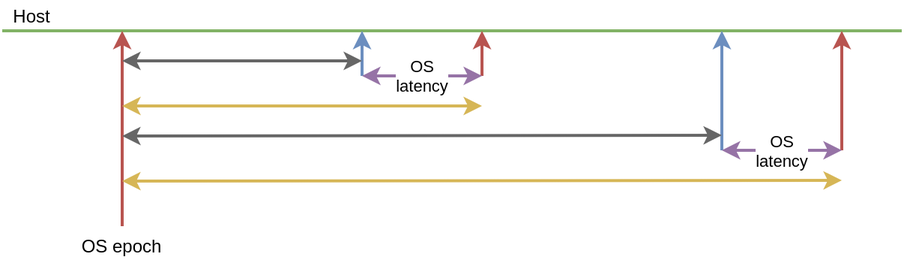
Above: reports/03_firmware/img/tdma_timing.png in tuannv-github/uwb-ips (draw.io), before the change. Source tidied: cells renumbered, new cells last; positions are measured from the earlier drawing's top-left corner, leaving out a move shared by most shapes. Source of this version:
```xml
<mxGraphModel>
  <root>
    <mxCell id="0" />
    <mxCell id="1" parent="0" />
    <mxCell id="2" style="endArrow=none;html=1;fillColor=#d5e8d4;strokeColor=#82b366;strokeWidth=2;" parent="1" edge="1">
      <mxGeometry relative="1" as="geometry">
        <mxPoint y="20" as="sourcePoint" />
        <mxPoint x="600" y="20" as="targetPoint" />
      </mxGeometry>
    </mxCell>
    <mxCell id="3" style="endArrow=classic;html=1;fillColor=#f8cecc;strokeColor=#b85450;strokeWidth=2;exitX=0.5;exitY=0;exitDx=0;exitDy=0;" parent="1" edge="1" source="4">
      <mxGeometry relative="1" as="geometry">
        <mxPoint x="80" y="20" as="targetPoint" />
      </mxGeometry>
    </mxCell>
    <mxCell id="4" value="OS epoch" style="text;html=1;strokeColor=none;fillColor=none;align=center;verticalAlign=middle;whiteSpace=wrap;rounded=0;" parent="1" vertex="1">
      <mxGeometry x="30" y="150" width="100" height="25" as="geometry" />
    </mxCell>
    <mxCell id="5" value="Host" style="text;html=1;strokeColor=none;fillColor=none;align=center;verticalAlign=middle;whiteSpace=wrap;rounded=0;" parent="1" vertex="1">
      <mxGeometry width="40" height="20" as="geometry" />
    </mxCell>
    <mxCell id="6" style="endArrow=classic;html=1;fillColor=#f8cecc;strokeColor=#b85450;strokeWidth=2;" parent="1" edge="1">
      <mxGeometry relative="1" as="geometry">
        <mxPoint x="320" y="50" as="sourcePoint" />
        <mxPoint x="320" y="20" as="targetPoint" />
      </mxGeometry>
    </mxCell>
    <mxCell id="7" style="endArrow=classic;startArrow=classic;html=1;fillColor=#fff2cc;strokeColor=#d6b656;strokeWidth=2;" parent="1" edge="1">
      <mxGeometry relative="1" as="geometry">
        <mxPoint x="80" y="70" as="sourcePoint" />
        <mxPoint x="320" y="70" as="targetPoint" />
      </mxGeometry>
    </mxCell>
    <mxCell id="8" style="endArrow=classic;html=1;fillColor=#dae8fc;strokeColor=#6c8ebf;strokeWidth=2;" parent="1" edge="1">
      <mxGeometry relative="1" as="geometry">
        <mxPoint x="240" y="50" as="sourcePoint" />
        <mxPoint x="240" y="20" as="targetPoint" />
      </mxGeometry>
    </mxCell>
    <mxCell id="9" style="endArrow=classic;startArrow=classic;html=1;fillColor=#f5f5f5;strokeColor=#666666;strokeWidth=2;" parent="1" edge="1">
      <mxGeometry relative="1" as="geometry">
        <mxPoint x="80" y="40" as="sourcePoint" />
        <mxPoint x="240" y="40" as="targetPoint" />
      </mxGeometry>
    </mxCell>
    <mxCell id="10" value="OS&lt;br&gt;latency" style="endArrow=classic;startArrow=classic;html=1;fillColor=#e1d5e7;strokeColor=#9673a6;strokeWidth=2;" parent="1" edge="1">
      <mxGeometry relative="1" as="geometry">
        <mxPoint x="240" y="50" as="sourcePoint" />
        <mxPoint x="320" y="50" as="targetPoint" />
      </mxGeometry>
    </mxCell>
    <mxCell id="11" style="endArrow=classic;html=1;fillColor=#f8cecc;strokeColor=#b85450;strokeWidth=2;" parent="1" edge="1">
      <mxGeometry relative="1" as="geometry">
        <mxPoint x="560" y="99.5" as="sourcePoint" />
        <mxPoint x="560" y="20" as="targetPoint" />
      </mxGeometry>
    </mxCell>
    <mxCell id="12" style="endArrow=classic;startArrow=classic;html=1;fillColor=#fff2cc;strokeColor=#d6b656;strokeWidth=2;" parent="1" edge="1">
      <mxGeometry relative="1" as="geometry">
        <mxPoint x="80" y="120" as="sourcePoint" />
        <mxPoint x="560" y="119.5" as="targetPoint" />
      </mxGeometry>
    </mxCell>
    <mxCell id="13" style="endArrow=classic;html=1;fillColor=#dae8fc;strokeColor=#6c8ebf;strokeWidth=2;" parent="1" edge="1">
      <mxGeometry relative="1" as="geometry">
        <mxPoint x="480" y="99.5" as="sourcePoint" />
        <mxPoint x="480" y="20" as="targetPoint" />
      </mxGeometry>
    </mxCell>
    <mxCell id="14" style="endArrow=classic;startArrow=classic;html=1;fillColor=#f5f5f5;strokeColor=#666666;strokeWidth=2;" parent="1" edge="1">
      <mxGeometry relative="1" as="geometry">
        <mxPoint x="80" y="90" as="sourcePoint" />
        <mxPoint x="480" y="89.5" as="targetPoint" />
      </mxGeometry>
    </mxCell>
    <mxCell id="15" value="OS&lt;br&gt;latency" style="endArrow=classic;startArrow=classic;html=1;fillColor=#e1d5e7;strokeColor=#9673a6;strokeWidth=2;" parent="1" edge="1">
      <mxGeometry relative="1" as="geometry">
        <mxPoint x="480" y="99.5" as="sourcePoint" />
        <mxPoint x="560" y="99.5" as="targetPoint" />
      </mxGeometry>
    </mxCell>
  </root>
</mxGraphModel>
```
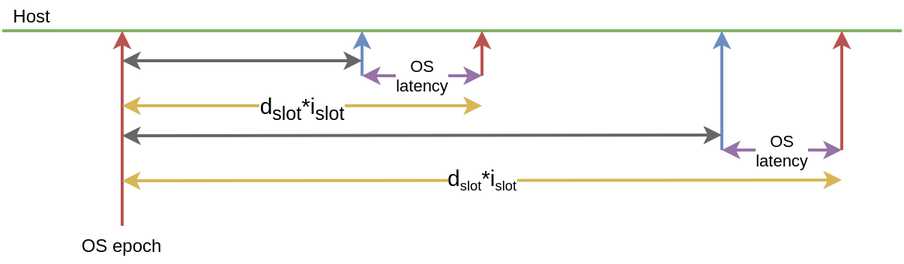
After the change.

The edit, as a diff of the source:
```diff
@@ -31,6 +31,11 @@
         <mxPoint x="320" y="70" as="targetPoint" />
       </mxGeometry>
     </mxCell>
+    <mxCell id="16" value="&lt;font style=&quot;font-size: 15px&quot;&gt;d&lt;sub&gt;slot&lt;/sub&gt;*i&lt;sub&gt;slot&lt;/sub&gt;&lt;/font&gt;" style="edgeLabel;html=1;align=center;verticalAlign=middle;" parent="7" vertex="1">
+      <mxGeometry x="-0.09" y="-2" relative="1" as="geometry">
+        <mxPoint x="10.9" as="offset" />
+      </mxGeometry>
+    </mxCell>
     <mxCell id="8" style="endArrow=classic;html=1;fillColor=#dae8fc;strokeColor=#6c8ebf;strokeWidth=2;" parent="1" edge="1">
       <mxGeometry relative="1" as="geometry">
         <mxPoint x="240" y="50" as="sourcePoint" />
@@ -61,6 +66,11 @@
         <mxPoint x="560" y="119.5" as="targetPoint" />
       </mxGeometry>
     </mxCell>
+    <mxCell id="17" value="&lt;span style=&quot;font-size: 15px&quot;&gt;d&lt;/span&gt;&lt;sub&gt;slot&lt;/sub&gt;&lt;span style=&quot;font-size: 15px&quot;&gt;*i&lt;/span&gt;&lt;sub&gt;slot&lt;/sub&gt;" style="edgeLabel;html=1;align=center;verticalAlign=middle;" parent="12" vertex="1">
+      <mxGeometry x="0.15" y="1" relative="1" as="geometry">
+        <mxPoint x="-34.8" as="offset" />
+      </mxGeometry>
+    </mxCell>
     <mxCell id="13" style="endArrow=classic;html=1;fillColor=#dae8fc;strokeColor=#6c8ebf;strokeWidth=2;" parent="1" edge="1">
       <mxGeometry relative="1" as="geometry">
         <mxPoint x="480" y="99.5" as="sourcePoint" />
```
